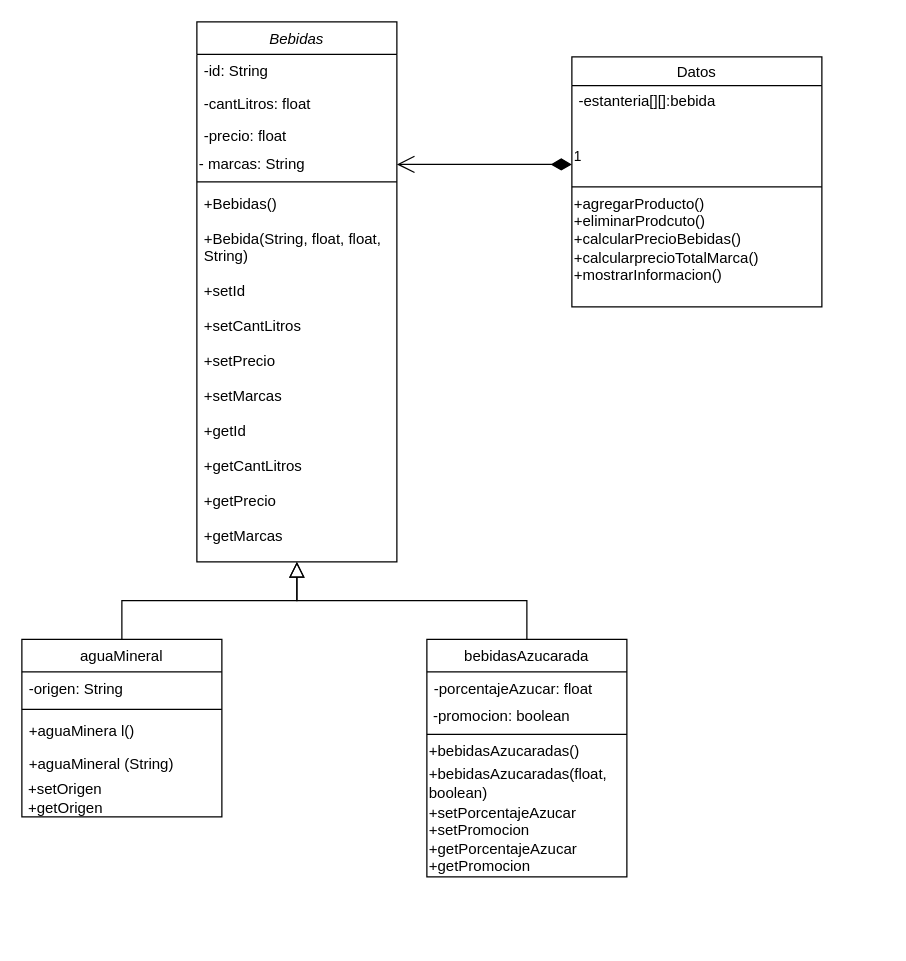
Above: almacen_Spada_17-3/UML almacen 17-3.drawio in Mekan3/almacenBebidas (draw.io), before the change. Source tidied: cells renumbered, new cells numbered last; positions are measured from the earlier drawing's top-left corner, leaving out a move shared by most shapes. Both pictures are drawn from the tidied source at 125%, with x=0, y=0 at pixel (21, 21).
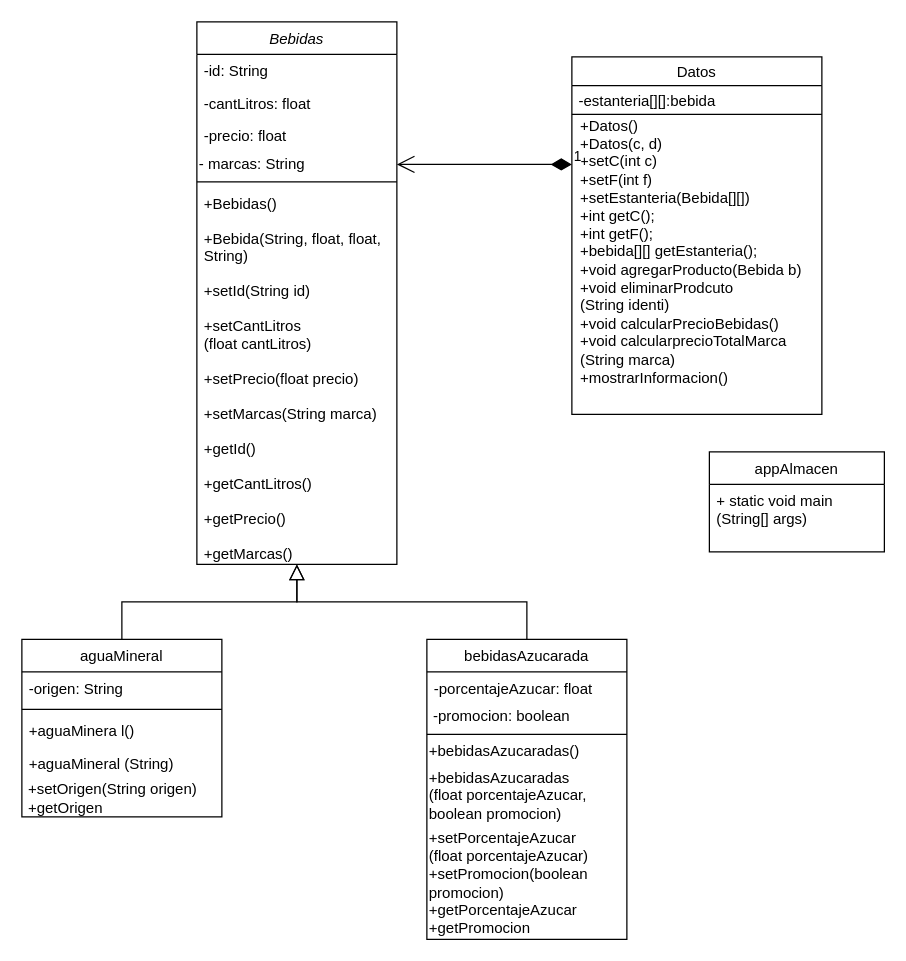
The same page after the edit.

The change refers to these unchanged cells:
```xml
<mxCell id="9" value="aguaMineral" style="swimlane;fontStyle=0;align=center;verticalAlign=top;horizontal=1;startSize=26;rounded=0;shadow=0;strokeWidth=1;" parent="1" vertex="1">
  <mxGeometry y="494" width="160" height="142" as="geometry" />
</mxCell>
```

Diff of the diagram source:
```diff
@@
     <mxCell id="2" value="Bebidas" style="swimlane;fontStyle=2;align=center;verticalAlign=top;horizontal=1;startSize=26;rounded=0;shadow=0;strokeWidth=1;" parent="1" vertex="1">
-      <mxGeometry x="140" width="160" height="432" as="geometry" />
+      <mxGeometry x="140" width="160" height="434" as="geometry" />
     </mxCell>
@@
-    <mxCell id="8" value="+Bebidas()&#10;&#10;+Bebida(String, float, float,&#10;String)&#10;&#10;+setId&#10;&#10;+setCantLitros&#10;&#10;+setPrecio&#10;&#10;+setMarcas&#10;&#10;+getId&#10;&#10;+getCantLitros&#10;&#10;+getPrecio&#10;&#10;+getMarcas&#10;" style="text;align=left;verticalAlign=top;spacingLeft=4;spacingRight=4;overflow=hidden;" parent="2" vertex="1">
-      <mxGeometry y="132" width="160" height="300" as="geometry" />
+    <mxCell id="8" value="+Bebidas()&#10;&#10;+Bebida(String, float, float,&#10;String)&#10;&#10;+setId(String id)&#10;&#10;+setCantLitros&#10;(float cantLitros)&#10;&#10;+setPrecio(float precio)&#10;&#10;+setMarcas(String marca)&#10;&#10;+getId()&#10;&#10;+getCantLitros()&#10;&#10;+getPrecio()&#10;&#10;+getMarcas()&#10;" style="text;align=left;verticalAlign=top;spacingLeft=4;spacingRight=4;overflow=hidden;" parent="2" vertex="1">
+      <mxGeometry y="132" width="160" height="302" as="geometry" />
     </mxCell>
@@
-    <mxCell id="14" value="&amp;nbsp;+setOrigen&lt;br&gt;&amp;nbsp;+getOrigen" style="text;html=1;align=left;verticalAlign=middle;strokeColor=none;fillColor=none;" parent="9" vertex="1">
+    <mxCell id="14" value="&amp;nbsp;+setOrigen(String origen)&lt;br&gt;&amp;nbsp;+getOrigen" style="text;html=1;align=left;verticalAlign=middle;strokeColor=none;fillColor=none;" parent="9" vertex="1">
       <mxGeometry y="112" width="160" height="30" as="geometry" />
     </mxCell>
@@
     <mxCell id="16" value="bebidasAzucarada" style="swimlane;fontStyle=0;align=center;verticalAlign=top;horizontal=1;startSize=26;rounded=0;shadow=0;strokeWidth=1;" parent="1" vertex="1">
-      <mxGeometry x="324" y="494" width="160" height="190" as="geometry" />
+      <mxGeometry x="324" y="494" width="160" height="240" as="geometry" />
     </mxCell>
@@
-    <mxCell id="21" value="+bebidasAzucaradas(float,&lt;br&gt;boolean)" style="text;html=1;align=left;verticalAlign=middle;strokeColor=none;fillColor=none;" parent="16" vertex="1">
-      <mxGeometry y="100" width="160" height="30" as="geometry" />
+    <mxCell id="21" value="+bebidasAzucaradas&lt;br&gt;(float porcentajeAzucar,&lt;br&gt;boolean promocion)" style="text;html=1;align=left;verticalAlign=middle;strokeColor=none;fillColor=none;" parent="16" vertex="1">
+      <mxGeometry y="100" width="160" height="50" as="geometry" />
     </mxCell>
-    <mxCell id="22" value="+setPorcentajeAzucar&lt;br&gt;+setPromocion&lt;br&gt;+getPorcentajeAzucar&lt;br&gt;+getPromocion" style="text;html=1;align=left;verticalAlign=middle;strokeColor=none;fillColor=none;" parent="16" vertex="1">
-      <mxGeometry y="130" width="160" height="60" as="geometry" />
+    <mxCell id="22" value="+setPorcentajeAzucar&lt;br&gt;(float porcentajeAzucar)&lt;br&gt;+setPromocion(boolean&amp;nbsp;&lt;br&gt;promocion)&lt;br&gt;+getPorcentajeAzucar&lt;br&gt;+getPromocion" style="text;html=1;align=left;verticalAlign=middle;strokeColor=none;fillColor=none;" parent="16" vertex="1">
+      <mxGeometry y="150" width="160" height="90" as="geometry" />
     </mxCell>
@@
     <mxCell id="24" value="Datos" style="swimlane;fontStyle=0;" parent="1" vertex="1">
-      <mxGeometry x="440" y="28" width="200" height="200" as="geometry" />
+      <mxGeometry x="440" y="28" width="200" height="286" as="geometry" />
     </mxCell>
     <mxCell id="25" style="endArrow=none;html=1;rounded=0;" parent="24" edge="1">
       <mxGeometry relative="1" as="geometry">
-        <mxPoint x="200" y="104" as="sourcePoint" />
-        <mxPoint y="104" as="targetPoint" />
-        <Array as="points">
-          <mxPoint x="100" y="104" />
-        </Array>
+        <mxPoint x="200" y="46" as="sourcePoint" />
+        <mxPoint y="46" as="targetPoint" />
       </mxGeometry>
     </mxCell>
@@
-    <mxCell id="27" value="+agregarProducto()&lt;br&gt;+eliminarProdcuto()&lt;br&gt;+calcularPrecioBebidas()&lt;br&gt;+calcularprecioTotalMarca()&lt;br&gt;+mostrarInformacion()" style="text;html=1;align=left;verticalAlign=middle;strokeColor=none;fillColor=none;" parent="24" vertex="1">
-      <mxGeometry y="106" width="160" height="80" as="geometry" />
+    <mxCell id="27" value="+Datos()&lt;br&gt;+Datos(c, d)&lt;br&gt;+setC(int c)&lt;br&gt;+setF(int f)&lt;br&gt;+setEstanteria(Bebida[][])&lt;br&gt;+int getC();&lt;br&gt;+int getF();&lt;br&gt;+bebida[][] getEstanteria();&lt;br&gt;+void agregarProducto(Bebida b)&lt;br&gt;+void eliminarProdcuto&lt;br&gt;(String identi)&lt;br&gt;+void calcularPrecioBebidas()&lt;br&gt;+void calcularprecioTotalMarca&lt;br&gt;(String marca)&lt;br&gt;+mostrarInformacion()" style="text;html=1;align=left;verticalAlign=middle;strokeColor=none;fillColor=none;" parent="24" vertex="1">
+      <mxGeometry x="5" y="46" width="190" height="220" as="geometry" />
     </mxCell>
@@
+    <mxCell id="29" value="appAlmacen" style="swimlane;fontStyle=0;horizontal=1;startSize=26;fillColor=none;" parent="1" vertex="1">
+      <mxGeometry x="550" y="344" width="140" height="80" as="geometry" />
+    </mxCell>
+    <mxCell id="30" value="+ static void main &#10;(String[] args)" style="text;strokeColor=none;fillColor=none;align=left;verticalAlign=top;spacingLeft=4;spacingRight=4;overflow=hidden;" parent="29" vertex="1">
+      <mxGeometry y="26" width="140" height="54" as="geometry" />
+    </mxCell>
```
